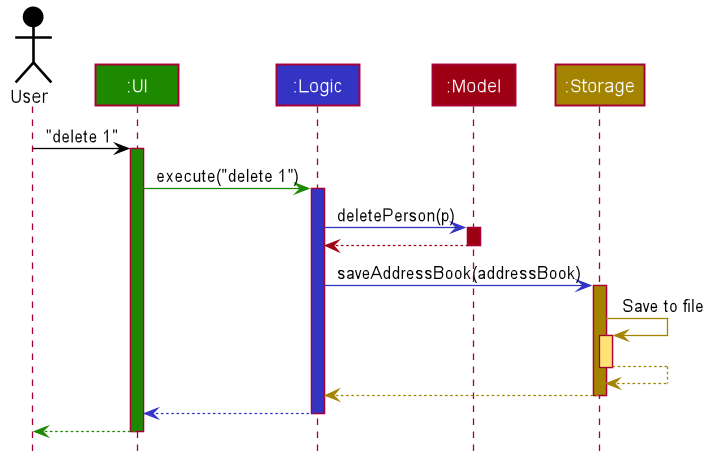
nus-cs2103-AY2122S1/tp keeps this PlantUML diagram as docs/images/ArchitectureSequenceDiagram.png. Above is the earlier version.
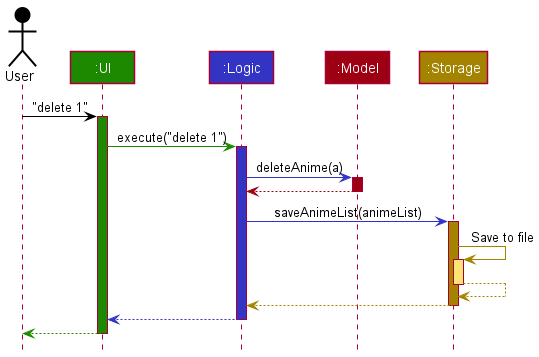
Later version of the same file.

Diff of the diagram source:
```diff
@@ -1,85 +1,38 @@
 @startuml
+!include style.puml
 
+Actor User as user USER_COLOR
+Participant ":UI" as ui UI_COLOR
+Participant ":Logic" as logic LOGIC_COLOR
+Participant ":Model" as model MODEL_COLOR
+Participant ":Storage" as storage STORAGE_COLOR
 
+user -[USER_COLOR]> ui : "delete 1"
+activate ui UI_COLOR
 
+ui -[UI_COLOR]> logic : execute("delete 1")
+activate logic LOGIC_COLOR
 
+logic -[LOGIC_COLOR]> model : deleteAnime(a)
+activate model MODEL_COLOR
 
-
-
-
-skinparam BackgroundColor #FFFFFFF
-
-skinparam Shadowing false
-
-skinparam Class {
-    FontColor #FFFFFF
-    BorderThickness 1
-    BorderColor #FFFFFF
-    StereotypeFontColor #FFFFFF
-    FontName Arial
-}
-
-skinparam Actor {
-    BorderColor #000000
-    Color #000000
-    FontName Arial
-}
-
-skinparam Sequence {
-    MessageAlign center
-    BoxFontSize 15
-    BoxPadding 0
-    BoxFontColor #FFFFFF
-    FontName Arial
-}
-
-skinparam Participant {
-    FontColor #FFFFFFF
-    Padding 20
-}
-
-skinparam MinClassWidth 50
-skinparam ParticipantPadding 10
-skinparam Shadowing false
-skinparam DefaultTextAlignment center
-skinparam packageStyle Rectangle
-
-hide footbox
-hide members
-hide circle
-
-Actor User as user #000000
-Participant ":UI" as ui #1D8900
-Participant ":Logic" as logic #3333C4
-Participant ":Model" as model #9D0012
-Participant ":Storage" as storage #A38300
-
-user -[#000000]> ui : "delete 1"
-activate ui #1D8900
-
-ui -[#1D8900]> logic : execute("delete 1")
-activate logic #3333C4
-
-logic -[#3333C4]> model : deletePerson(p)
-activate model #9D0012
-
-model -[#9D0012]-> logic
+model -[MODEL_COLOR]-> logic
 deactivate model
 
-logic -[#3333C4]> storage : saveAddressBook(addressBook)
-activate storage #A38300
+logic -[LOGIC_COLOR]> storage : saveAnimeList(animeList)
+activate storage STORAGE_COLOR
 
-storage -[#A38300]> storage : Save to file
-activate storage #FFE374
-storage --[#A38300]> storage
+storage -[STORAGE_COLOR]> storage : Save to file
+activate storage STORAGE_COLOR_T1
+storage --[STORAGE_COLOR]> storage
 deactivate storage
 
-storage --[#A38300]> logic
+storage --[STORAGE_COLOR]> logic
 deactivate storage
 
-logic --[#3333C4]> ui
+logic --[LOGIC_COLOR]> ui
 deactivate logic
 
-ui--[#1D8900]> user
+ui--[UI_COLOR]> user
 deactivate ui
 @enduml
```
